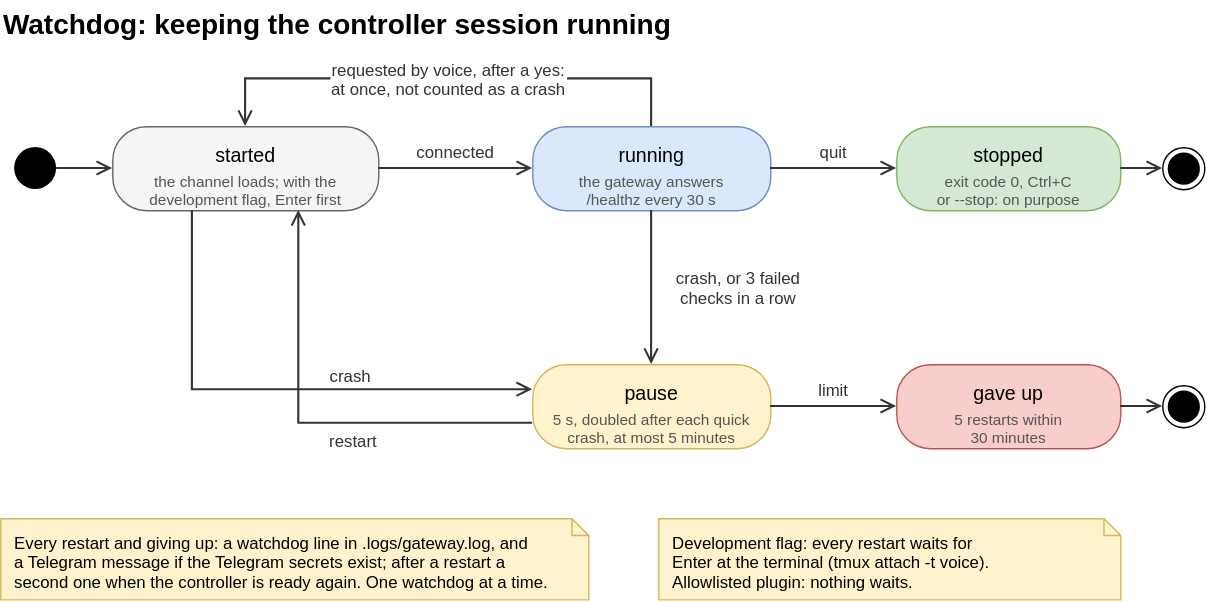
The draw.io diagram docs/watchdog.drawio.svg in alderg/cc-voice-gateway, before a commit. Source tidied: cells renumbered, new cells last; positions are measured from the earlier drawing's top-left corner, leaving out a move shared by most shapes.
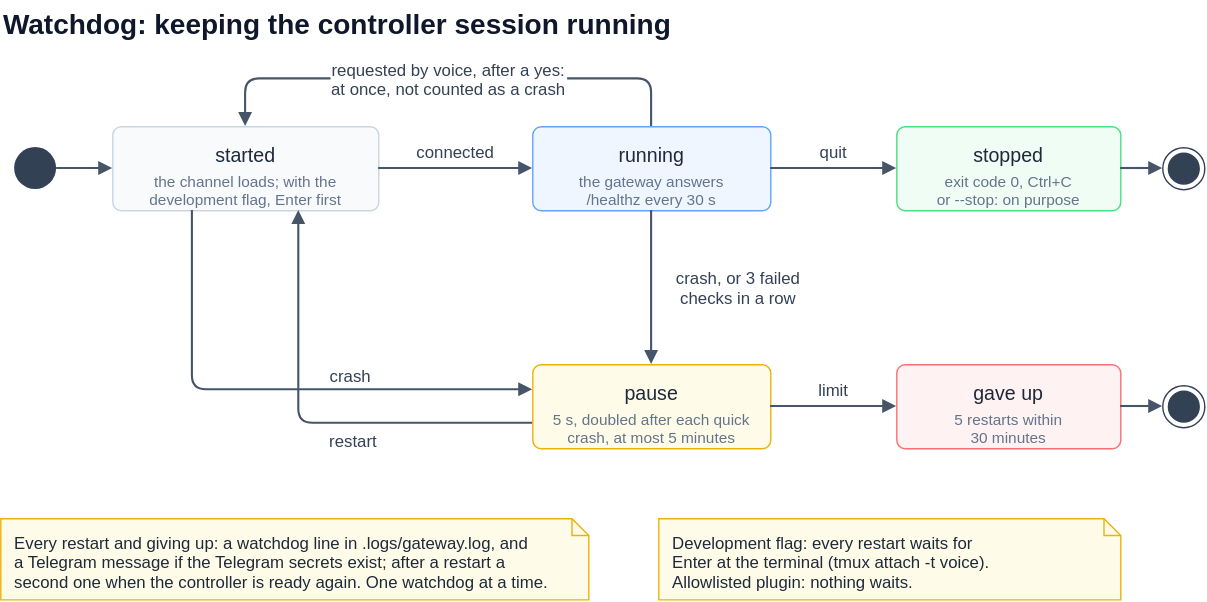
After the change.

What changed in the source:
```diff
@@ -2,76 +2,76 @@
   <root>
     <mxCell id="0" />
     <mxCell id="1" parent="0" />
-    <mxCell id="2" value="Watchdog: keeping the controller session running" style="text;html=0;fontSize=20;align=left;verticalAlign=middle;strokeColor=none;fillColor=none;fontStyle=1;fontColor=#000000;" parent="1" vertex="1">
+    <mxCell id="2" value="Watchdog: keeping the controller session running" style="text;html=0;fontSize=20;align=left;verticalAlign=middle;strokeColor=none;fillColor=none;fontStyle=1;fontColor=#0F172A;" parent="1" vertex="1">
       <mxGeometry width="840" height="30" as="geometry" />
     </mxCell>
-    <mxCell id="3" style="ellipse;html=0;fillColor=#000000;strokeColor=none;" parent="1" vertex="1">
+    <mxCell id="3" style="ellipse;html=0;fillColor=#334155;strokeColor=none;" parent="1" vertex="1">
       <mxGeometry x="10" y="105" width="30" height="30" as="geometry" />
     </mxCell>
-    <mxCell id="4" value="started" style="rounded=1;arcSize=40;html=0;fontSize=14;fillColor=#f5f5f5;strokeColor=#666666;fontStyle=0;verticalAlign=top;spacingTop=6.5;" parent="1" vertex="1">
+    <mxCell id="4" value="started" style="rounded=1;arcSize=12;html=0;fontSize=14;fillColor=#F8FAFC;strokeColor=#CBD5E1;fontStyle=0;verticalAlign=top;spacingTop=6.5;strokeWidth=1;absoluteArcSize=1;fontColor=#1E293B;" parent="1" vertex="1">
       <mxGeometry x="80" y="90" width="190" height="60" as="geometry" />
     </mxCell>
-    <mxCell id="5" value="the channel loads; with the&#10;development flag, Enter first" style="text;html=0;fontSize=11;fontColor=#555555;align=center;verticalAlign=top;spacing=0;strokeColor=none;fillColor=none;" parent="4" vertex="1">
+    <mxCell id="5" value="the channel loads; with the&#10;development flag, Enter first" style="text;html=0;fontSize=11;fontColor=#64748B;align=center;verticalAlign=top;spacing=0;strokeColor=none;fillColor=none;" parent="4" vertex="1">
       <mxGeometry y="28.3" width="190" height="26.4" as="geometry" />
     </mxCell>
-    <mxCell id="6" value="running" style="rounded=1;arcSize=40;html=0;fontSize=14;fillColor=#dae8fc;strokeColor=#6c8ebf;fontStyle=0;verticalAlign=top;spacingTop=6.5;" parent="1" vertex="1">
+    <mxCell id="6" value="running" style="rounded=1;arcSize=12;html=0;fontSize=14;fillColor=#EFF6FF;strokeColor=#60A5FA;fontStyle=0;verticalAlign=top;spacingTop=6.5;strokeWidth=1;absoluteArcSize=1;fontColor=#1E293B;" parent="1" vertex="1">
       <mxGeometry x="380" y="90" width="170" height="60" as="geometry" />
     </mxCell>
-    <mxCell id="7" value="the gateway answers&#10;/healthz every 30 s" style="text;html=0;fontSize=11;fontColor=#555555;align=center;verticalAlign=top;spacing=0;strokeColor=none;fillColor=none;" parent="6" vertex="1">
+    <mxCell id="7" value="the gateway answers&#10;/healthz every 30 s" style="text;html=0;fontSize=11;fontColor=#64748B;align=center;verticalAlign=top;spacing=0;strokeColor=none;fillColor=none;" parent="6" vertex="1">
       <mxGeometry y="28.3" width="170" height="26.4" as="geometry" />
     </mxCell>
-    <mxCell id="8" value="stopped" style="rounded=1;arcSize=40;html=0;fontSize=14;fillColor=#d5e8d4;strokeColor=#82b366;fontStyle=0;verticalAlign=top;spacingTop=6.5;" parent="1" vertex="1">
+    <mxCell id="8" value="stopped" style="rounded=1;arcSize=12;html=0;fontSize=14;fillColor=#F0FDF4;strokeColor=#4ADE80;fontStyle=0;verticalAlign=top;spacingTop=6.5;strokeWidth=1;absoluteArcSize=1;fontColor=#1E293B;" parent="1" vertex="1">
       <mxGeometry x="640" y="90" width="160" height="60" as="geometry" />
     </mxCell>
-    <mxCell id="9" value="exit code 0, Ctrl+C&#10;or --stop: on purpose" style="text;html=0;fontSize=11;fontColor=#555555;align=center;verticalAlign=top;spacing=0;strokeColor=none;fillColor=none;" parent="8" vertex="1">
+    <mxCell id="9" value="exit code 0, Ctrl+C&#10;or --stop: on purpose" style="text;html=0;fontSize=11;fontColor=#64748B;align=center;verticalAlign=top;spacing=0;strokeColor=none;fillColor=none;" parent="8" vertex="1">
       <mxGeometry y="28.3" width="160" height="26.4" as="geometry" />
     </mxCell>
-    <mxCell id="10" style="ellipse;shape=endState;html=0;fillColor=#000000;strokeColor=#000000;" parent="1" vertex="1">
+    <mxCell id="10" style="ellipse;shape=endState;html=0;fillColor=#334155;strokeColor=#334155;" parent="1" vertex="1">
       <mxGeometry x="830" y="105" width="30" height="30" as="geometry" />
     </mxCell>
-    <mxCell id="11" value="pause" style="rounded=1;arcSize=40;html=0;fontSize=14;fillColor=#fff2cc;strokeColor=#d6b656;fontStyle=0;verticalAlign=top;spacingTop=6.5;" parent="1" vertex="1">
+    <mxCell id="11" value="pause" style="rounded=1;arcSize=12;html=0;fontSize=14;fillColor=#FEFCE8;strokeColor=#EAB308;fontStyle=0;verticalAlign=top;spacingTop=6.5;strokeWidth=1;absoluteArcSize=1;fontColor=#1E293B;" parent="1" vertex="1">
       <mxGeometry x="380" y="260" width="170" height="60" as="geometry" />
     </mxCell>
-    <mxCell id="12" value="5 s, doubled after each quick&#10;crash, at most 5 minutes" style="text;html=0;fontSize=11;fontColor=#555555;align=center;verticalAlign=top;spacing=0;strokeColor=none;fillColor=none;" parent="11" vertex="1">
+    <mxCell id="12" value="5 s, doubled after each quick&#10;crash, at most 5 minutes" style="text;html=0;fontSize=11;fontColor=#64748B;align=center;verticalAlign=top;spacing=0;strokeColor=none;fillColor=none;" parent="11" vertex="1">
       <mxGeometry y="28.3" width="170" height="26.4" as="geometry" />
     </mxCell>
-    <mxCell id="13" value="gave up" style="rounded=1;arcSize=40;html=0;fontSize=14;fillColor=#f8cecc;strokeColor=#b85450;fontStyle=0;verticalAlign=top;spacingTop=6.5;" parent="1" vertex="1">
+    <mxCell id="13" value="gave up" style="rounded=1;arcSize=12;html=0;fontSize=14;fillColor=#FEF2F2;strokeColor=#F87171;fontStyle=0;verticalAlign=top;spacingTop=6.5;strokeWidth=1;absoluteArcSize=1;fontColor=#1E293B;" parent="1" vertex="1">
       <mxGeometry x="640" y="260" width="160" height="60" as="geometry" />
     </mxCell>
-    <mxCell id="14" value="5 restarts within&#10;30 minutes" style="text;html=0;fontSize=11;fontColor=#555555;align=center;verticalAlign=top;spacing=0;strokeColor=none;fillColor=none;" parent="13" vertex="1">
+    <mxCell id="14" value="5 restarts within&#10;30 minutes" style="text;html=0;fontSize=11;fontColor=#64748B;align=center;verticalAlign=top;spacing=0;strokeColor=none;fillColor=none;" parent="13" vertex="1">
       <mxGeometry y="28.3" width="160" height="26.4" as="geometry" />
     </mxCell>
-    <mxCell id="15" style="ellipse;shape=endState;html=0;fillColor=#000000;strokeColor=#000000;" parent="1" vertex="1">
+    <mxCell id="15" style="ellipse;shape=endState;html=0;fillColor=#334155;strokeColor=#334155;" parent="1" vertex="1">
       <mxGeometry x="830" y="275" width="30" height="30" as="geometry" />
     </mxCell>
-    <mxCell id="16" value="Every restart and giving up: a watchdog line in .logs/gateway.log, and&#10;a Telegram message if the Telegram secrets exist; after a restart a&#10;second one when the controller is ready again. One watchdog at a time." style="shape=note;size=12;html=0;fontSize=12;align=left;verticalAlign=top;spacingLeft=8;spacingTop=4;fillColor=#fff2cc;strokeColor=#d6b656;" parent="1" vertex="1">
+    <mxCell id="16" value="Every restart and giving up: a watchdog line in .logs/gateway.log, and&#10;a Telegram message if the Telegram secrets exist; after a restart a&#10;second one when the controller is ready again. One watchdog at a time." style="shape=note;size=12;html=0;fontSize=12;align=left;verticalAlign=top;spacingLeft=8;spacingTop=4;fillColor=#FEFCE8;strokeColor=#EAB308;strokeWidth=1;fontColor=#1E293B;" parent="1" vertex="1">
       <mxGeometry y="370" width="420" height="58" as="geometry" />
     </mxCell>
-    <mxCell id="17" value="Development flag: every restart waits for&#10;Enter at the terminal (tmux attach -t voice).&#10;Allowlisted plugin: nothing waits." style="shape=note;size=12;html=0;fontSize=12;align=left;verticalAlign=top;spacingLeft=8;spacingTop=4;fillColor=#fff2cc;strokeColor=#d6b656;" parent="1" vertex="1">
+    <mxCell id="17" value="Development flag: every restart waits for&#10;Enter at the terminal (tmux attach -t voice).&#10;Allowlisted plugin: nothing waits." style="shape=note;size=12;html=0;fontSize=12;align=left;verticalAlign=top;spacingLeft=8;spacingTop=4;fillColor=#FEFCE8;strokeColor=#EAB308;strokeWidth=1;fontColor=#1E293B;" parent="1" vertex="1">
       <mxGeometry x="470" y="370" width="330" height="58" as="geometry" />
     </mxCell>
-    <mxCell id="18" style="edgeStyle=none;rounded=0;html=0;endArrow=open;endFill=0;endSize=8;startArrow=none;strokeColor=#333333;strokeWidth=1.5;fontSize=12;fontColor=#333333;labelBackgroundColor=#ffffff;exitX=1;exitY=0.5;exitDx=0;exitDy=0;entryX=0;entryY=0.5;entryDx=0;entryDy=0;" parent="1" edge="1" source="3" target="4">
+    <mxCell id="18" style="edgeStyle=none;rounded=1;html=0;endArrow=block;endFill=1;endSize=6;startArrow=none;strokeColor=#475569;strokeWidth=1.5;fontSize=12;fontColor=#334155;labelBackgroundColor=#FFFFFF;exitX=1;exitY=0.5;exitDx=0;exitDy=0;entryX=0;entryY=0.5;entryDx=0;entryDy=0;" parent="1" edge="1" source="3" target="4">
       <mxGeometry relative="1" as="geometry" />
     </mxCell>
-    <mxCell id="19" value="connected" style="edgeStyle=none;rounded=0;html=0;endArrow=open;endFill=0;endSize=8;startArrow=none;strokeColor=#333333;strokeWidth=1.5;fontSize=12;fontColor=#333333;labelBackgroundColor=#ffffff;exitX=1;exitY=0.5;exitDx=0;exitDy=0;entryX=0;entryY=0.5;entryDx=0;entryDy=0;" parent="1" edge="1" source="4" target="6">
+    <mxCell id="19" value="connected" style="edgeStyle=none;rounded=1;html=0;endArrow=block;endFill=1;endSize=6;startArrow=none;strokeColor=#475569;strokeWidth=1.5;fontSize=12;fontColor=#334155;labelBackgroundColor=#FFFFFF;exitX=1;exitY=0.5;exitDx=0;exitDy=0;entryX=0;entryY=0.5;entryDx=0;entryDy=0;" parent="1" edge="1" source="4" target="6">
       <mxGeometry relative="1" as="geometry">
         <mxPoint y="-12" as="offset" />
       </mxGeometry>
     </mxCell>
-    <mxCell id="20" value="quit" style="edgeStyle=none;rounded=0;html=0;endArrow=open;endFill=0;endSize=8;startArrow=none;strokeColor=#333333;strokeWidth=1.5;fontSize=12;fontColor=#333333;labelBackgroundColor=#ffffff;exitX=1;exitY=0.5;exitDx=0;exitDy=0;entryX=0;entryY=0.5;entryDx=0;entryDy=0;" parent="1" edge="1" source="6" target="8">
+    <mxCell id="20" value="quit" style="edgeStyle=none;rounded=1;html=0;endArrow=block;endFill=1;endSize=6;startArrow=none;strokeColor=#475569;strokeWidth=1.5;fontSize=12;fontColor=#334155;labelBackgroundColor=#FFFFFF;exitX=1;exitY=0.5;exitDx=0;exitDy=0;entryX=0;entryY=0.5;entryDx=0;entryDy=0;" parent="1" edge="1" source="6" target="8">
       <mxGeometry relative="1" as="geometry">
         <mxPoint y="-12" as="offset" />
       </mxGeometry>
     </mxCell>
-    <mxCell id="21" style="edgeStyle=none;rounded=0;html=0;endArrow=open;endFill=0;endSize=8;startArrow=none;strokeColor=#333333;strokeWidth=1.5;fontSize=12;fontColor=#333333;labelBackgroundColor=#ffffff;exitX=1;exitY=0.5;exitDx=0;exitDy=0;entryX=0;entryY=0.5;entryDx=0;entryDy=0;" parent="1" edge="1" source="8" target="10">
+    <mxCell id="21" style="edgeStyle=none;rounded=1;html=0;endArrow=block;endFill=1;endSize=6;startArrow=none;strokeColor=#475569;strokeWidth=1.5;fontSize=12;fontColor=#334155;labelBackgroundColor=#FFFFFF;exitX=1;exitY=0.5;exitDx=0;exitDy=0;entryX=0;entryY=0.5;entryDx=0;entryDy=0;" parent="1" edge="1" source="8" target="10">
       <mxGeometry relative="1" as="geometry" />
     </mxCell>
-    <mxCell id="22" value="crash, or 3 failed&#10;checks in a row" style="edgeStyle=none;rounded=0;html=0;endArrow=open;endFill=0;endSize=8;startArrow=none;strokeColor=#333333;strokeWidth=1.5;fontSize=12;fontColor=#333333;labelBackgroundColor=#ffffff;exitX=0.5;exitY=1;exitDx=0;exitDy=0;entryX=0.5;entryY=0;entryDx=0;entryDy=0;" parent="1" edge="1" source="6" target="11">
+    <mxCell id="22" value="crash, or 3 failed&#10;checks in a row" style="edgeStyle=none;rounded=1;html=0;endArrow=block;endFill=1;endSize=6;startArrow=none;strokeColor=#475569;strokeWidth=1.5;fontSize=12;fontColor=#334155;labelBackgroundColor=#FFFFFF;exitX=0.5;exitY=1;exitDx=0;exitDy=0;entryX=0.5;entryY=0;entryDx=0;entryDy=0;" parent="1" edge="1" source="6" target="11">
       <mxGeometry relative="1" as="geometry">
         <mxPoint x="62" as="offset" />
       </mxGeometry>
     </mxCell>
-    <mxCell id="23" value="crash" style="edgeStyle=none;rounded=0;html=0;endArrow=open;endFill=0;endSize=8;startArrow=none;strokeColor=#333333;strokeWidth=1.5;fontSize=12;fontColor=#333333;labelBackgroundColor=#ffffff;exitX=0.3;exitY=1;exitDx=0;exitDy=0;entryX=0;entryY=0.3;entryDx=0;entryDy=0;" parent="1" edge="1" source="4" target="11">
+    <mxCell id="23" value="crash" style="edgeStyle=none;rounded=1;html=0;endArrow=block;endFill=1;endSize=6;startArrow=none;strokeColor=#475569;strokeWidth=1.5;fontSize=12;fontColor=#334155;labelBackgroundColor=#FFFFFF;exitX=0.3;exitY=1;exitDx=0;exitDy=0;entryX=0;entryY=0.3;entryDx=0;entryDy=0;" parent="1" edge="1" source="4" target="11">
       <mxGeometry x="0.3" relative="1" as="geometry">
         <Array as="points">
           <mxPoint x="137" y="278" />
@@ -79,7 +79,7 @@
         <mxPoint y="-10" as="offset" />
       </mxGeometry>
     </mxCell>
-    <mxCell id="24" value="restart" style="edgeStyle=none;rounded=0;html=0;endArrow=open;endFill=0;endSize=8;startArrow=none;strokeColor=#333333;strokeWidth=1.5;fontSize=12;fontColor=#333333;labelBackgroundColor=#ffffff;exitX=0;exitY=0.7;exitDx=0;exitDy=0;entryX=0.7;entryY=1;entryDx=0;entryDy=0;" parent="1" edge="1" source="11" target="4">
+    <mxCell id="24" value="restart" style="edgeStyle=none;rounded=1;html=0;endArrow=block;endFill=1;endSize=6;startArrow=none;strokeColor=#475569;strokeWidth=1.5;fontSize=12;fontColor=#334155;labelBackgroundColor=#FFFFFF;exitX=0;exitY=0.7;exitDx=0;exitDy=0;entryX=0.7;entryY=1;entryDx=0;entryDy=0;" parent="1" edge="1" source="11" target="4">
       <mxGeometry x="-0.2" relative="1" as="geometry">
         <Array as="points">
           <mxPoint x="213" y="302" />
@@ -87,15 +87,15 @@
         <mxPoint y="12" as="offset" />
       </mxGeometry>
     </mxCell>
-    <mxCell id="25" value="limit" style="edgeStyle=none;rounded=0;html=0;endArrow=open;endFill=0;endSize=8;startArrow=none;strokeColor=#333333;strokeWidth=1.5;fontSize=12;fontColor=#333333;labelBackgroundColor=#ffffff;exitX=1;exitY=0.5;exitDx=0;exitDy=0;entryX=0;entryY=0.5;entryDx=0;entryDy=0;" parent="1" edge="1" source="11" target="13">
+    <mxCell id="25" value="limit" style="edgeStyle=none;rounded=1;html=0;endArrow=block;endFill=1;endSize=6;startArrow=none;strokeColor=#475569;strokeWidth=1.5;fontSize=12;fontColor=#334155;labelBackgroundColor=#FFFFFF;exitX=1;exitY=0.5;exitDx=0;exitDy=0;entryX=0;entryY=0.5;entryDx=0;entryDy=0;" parent="1" edge="1" source="11" target="13">
       <mxGeometry relative="1" as="geometry">
         <mxPoint y="-12" as="offset" />
       </mxGeometry>
     </mxCell>
-    <mxCell id="26" style="edgeStyle=none;rounded=0;html=0;endArrow=open;endFill=0;endSize=8;startArrow=none;strokeColor=#333333;strokeWidth=1.5;fontSize=12;fontColor=#333333;labelBackgroundColor=#ffffff;exitX=1;exitY=0.5;exitDx=0;exitDy=0;entryX=0;entryY=0.5;entryDx=0;entryDy=0;" parent="1" edge="1" source="13" target="15">
+    <mxCell id="26" style="edgeStyle=none;rounded=1;html=0;endArrow=block;endFill=1;endSize=6;startArrow=none;strokeColor=#475569;strokeWidth=1.5;fontSize=12;fontColor=#334155;labelBackgroundColor=#FFFFFF;exitX=1;exitY=0.5;exitDx=0;exitDy=0;entryX=0;entryY=0.5;entryDx=0;entryDy=0;" parent="1" edge="1" source="13" target="15">
       <mxGeometry relative="1" as="geometry" />
     </mxCell>
-    <mxCell id="27" value="requested by voice, after a yes:&#10;at once, not counted as a crash" style="edgeStyle=none;rounded=0;html=0;endArrow=open;endFill=0;endSize=8;startArrow=none;strokeColor=#333333;strokeWidth=1.5;fontSize=12;fontColor=#333333;labelBackgroundColor=#ffffff;exitX=0.5;exitY=0;exitDx=0;exitDy=0;entryX=0.5;entryY=0;entryDx=0;entryDy=0;" parent="1" edge="1" source="6" target="4">
+    <mxCell id="27" value="requested by voice, after a yes:&#10;at once, not counted as a crash" style="edgeStyle=none;rounded=1;html=0;endArrow=block;endFill=1;endSize=6;startArrow=none;strokeColor=#475569;strokeWidth=1.5;fontSize=12;fontColor=#334155;labelBackgroundColor=#FFFFFF;exitX=0.5;exitY=0;exitDx=0;exitDy=0;entryX=0.5;entryY=0;entryDx=0;entryDy=0;" parent="1" edge="1" source="6" target="4">
       <mxGeometry relative="1" as="geometry">
         <Array as="points">
           <mxPoint x="465" y="56" />
```
